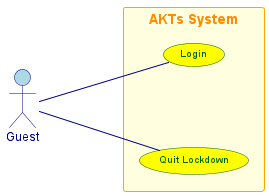
Earlier version of the PlantUML export design/out/guest/guest.png (conghoan1211/AI-Kiosk-Testing-system).
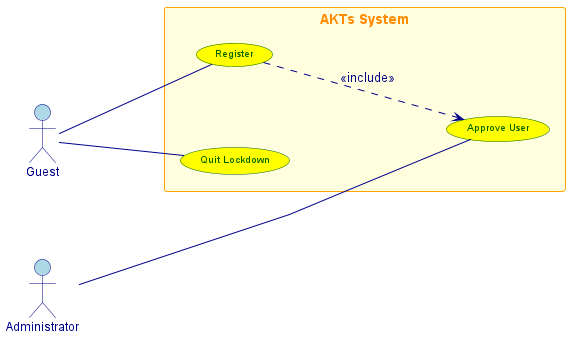
The same file after the commit.

What changed in the source:
```diff
@@ -37,13 +37,17 @@
 
 together {
   actor Guest as "Guest"
+  actor Administrator as "Administrator"
 }
 
 rectangle "AKTs System" {
-  (Login) as Login
+  (Register) as Register
   (Quit Lockdown) as QuitLockdown
+  (Approve User) as ApproveUser
 }
 
-Guest -- Login
+Guest -- Register
 Guest -- QuitLockdown
+Administrator -- ApproveUser
+Register .d.> ApproveUser : <<include>>
 @enduml
```
